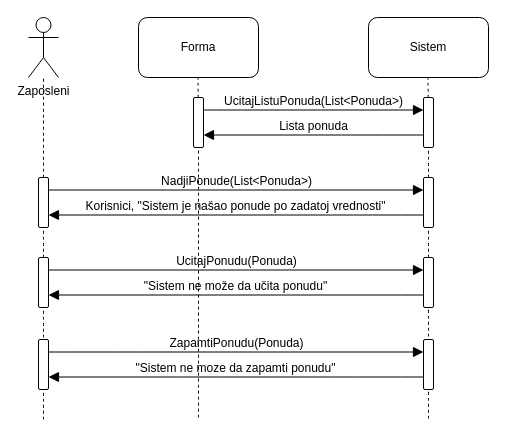
The draw.io diagram Dijagram sekvenci-izmena ponude-alt3.drawio in jancekk/agencija_turisticka, before the edit. Source tidied: cells renumbered, new cells numbered last; positions are measured from the earlier drawing's top-left corner, leaving out a move shared by most shapes. Both pictures are drawn from the tidied source at 100%, with x=0, y=0 at pixel (18, 17).
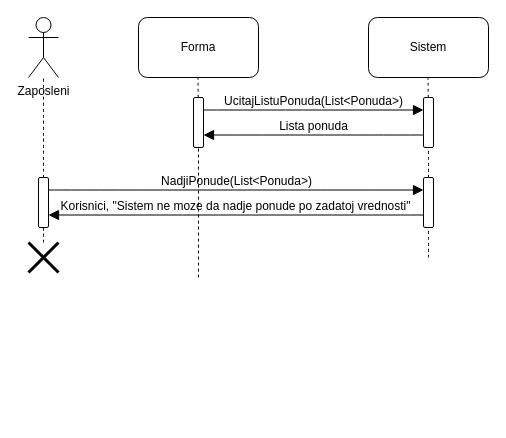
After the change.

Commit message:
Update Dijagram sekvenci-izmena ponude-alt2.drawio

The change refers to these unchanged cells:
```xml
<mxCell id="8" style="rounded=1;whiteSpace=wrap;html=1;rotation=-90;" parent="1" vertex="1">
  <mxGeometry x="155" y="100" width="50" height="10" as="geometry" />
</mxCell>
<mxCell id="12" style="rounded=1;whiteSpace=wrap;html=1;rotation=-90;" parent="1" vertex="1">
  <mxGeometry x="385" y="180" width="50" height="10" as="geometry" />
</mxCell>
<mxCell id="23" style="rounded=1;whiteSpace=wrap;html=1;rotation=-90;" parent="1" vertex="1">
  <mxGeometry y="180" width="50" height="10" as="geometry" />
</mxCell>
```

The edit, as a diff of the source:
```diff
@@
-    <mxCell id="11" style="endArrow=none;dashed=1;html=1;rounded=0;fontSize=12;startSize=8;endSize=8;curved=1;" parent="1" edge="1" source="15" target="12">
-      <mxGeometry relative="1" as="geometry" />
+    <mxCell id="11" style="endArrow=none;dashed=1;html=1;rounded=0;fontSize=12;startSize=8;endSize=8;curved=1;" parent="1" edge="1" target="12">
+      <mxGeometry relative="1" as="geometry">
+        <mxPoint x="410" y="240" as="sourcePoint" />
+      </mxGeometry>
     </mxCell>
@@
     <mxCell id="13" style="endArrow=none;dashed=1;html=1;rounded=0;fontSize=12;startSize=8;endSize=8;curved=1;entryX=0;entryY=0.5;entryDx=0;entryDy=0;" parent="1" edge="1" target="8">
       <mxGeometry relative="1" as="geometry">
-        <mxPoint x="180" y="400" as="sourcePoint" />
+        <mxPoint x="180" y="260" as="sourcePoint" />
       </mxGeometry>
     </mxCell>
-    <mxCell id="14" style="endArrow=none;dashed=1;html=1;rounded=0;fontSize=12;startSize=8;endSize=8;curved=1;exitX=1;exitY=0.5;exitDx=0;exitDy=0;" parent="1" edge="1" target="15">
-      <mxGeometry relative="1" as="geometry">
-        <mxPoint x="410" y="319" as="sourcePoint" />
-      </mxGeometry>
-    </mxCell>
-    <mxCell id="15" style="rounded=1;whiteSpace=wrap;html=1;rotation=-90;" parent="1" vertex="1">
-      <mxGeometry x="385" y="260" width="50" height="10" as="geometry" />
-    </mxCell>
@@
-    <mxCell id="19" value="Korisnici, &quot;Sistem je našao ponude po zadatoj vrednosti&quot;" style="html=1;verticalAlign=bottom;labelBackgroundColor=none;endArrow=block;endFill=1;rounded=0;fontSize=12;startSize=8;endSize=8;curved=1;entryX=0.25;entryY=1;entryDx=0;entryDy=0;exitX=0.25;exitY=0;exitDx=0;exitDy=0;" parent="1" edge="1" source="12" target="23">
+    <mxCell id="19" value="Korisnici, &quot;Sistem ne moze da nadje ponude po zadatoj vrednosti&quot;" style="html=1;verticalAlign=bottom;labelBackgroundColor=none;endArrow=block;endFill=1;rounded=0;fontSize=12;startSize=8;endSize=8;curved=1;entryX=0.25;entryY=1;entryDx=0;entryDy=0;exitX=0.25;exitY=0;exitDx=0;exitDy=0;" parent="1" edge="1" source="12" target="23">
       <mxGeometry relative="1" as="geometry" />
     </mxCell>
-    <mxCell id="20" value="UcitajPonudu(Ponuda)" style="html=1;verticalAlign=bottom;labelBackgroundColor=none;endArrow=block;endFill=1;rounded=0;fontSize=12;startSize=8;endSize=8;curved=1;entryX=0.75;entryY=0;entryDx=0;entryDy=0;exitX=0.75;exitY=1;exitDx=0;exitDy=0;" parent="1" edge="1" source="25" target="15">
-      <mxGeometry relative="1" as="geometry" />
-    </mxCell>
-    <mxCell id="21" value="&quot;Sistem ne može da učita ponudu&quot;" style="html=1;verticalAlign=bottom;labelBackgroundColor=none;endArrow=block;endFill=1;rounded=0;fontSize=12;startSize=8;endSize=8;curved=1;entryX=0.25;entryY=1;entryDx=0;entryDy=0;exitX=0.25;exitY=0;exitDx=0;exitDy=0;" parent="1" edge="1" source="15" target="25">
-      <mxGeometry relative="1" as="geometry" />
-    </mxCell>
-    <mxCell id="22" style="endArrow=none;dashed=1;html=1;rounded=0;fontSize=12;startSize=8;endSize=8;curved=1;" parent="1" edge="1" source="25" target="23">
+    <mxCell id="22" style="endArrow=none;dashed=1;html=1;rounded=0;fontSize=12;startSize=8;endSize=8;curved=1;" parent="1" edge="1" source="32" target="23">
       <mxGeometry relative="1" as="geometry" />
     </mxCell>
@@
-    <mxCell id="24" style="endArrow=none;dashed=1;html=1;rounded=0;fontSize=12;startSize=8;endSize=8;curved=1;" parent="1" edge="1" target="25">
-      <mxGeometry relative="1" as="geometry">
-        <mxPoint x="25" y="320" as="sourcePoint" />
-      </mxGeometry>
-    </mxCell>
-    <mxCell id="25" style="rounded=1;whiteSpace=wrap;html=1;rotation=-90;" parent="1" vertex="1">
-      <mxGeometry y="260" width="50" height="10" as="geometry" />
-    </mxCell>
-    <mxCell id="26" style="endArrow=none;dashed=1;html=1;rounded=0;fontSize=12;startSize=8;endSize=8;curved=1;exitX=1;exitY=0.5;exitDx=0;exitDy=0;" parent="1" edge="1" target="27">
-      <mxGeometry relative="1" as="geometry">
-        <mxPoint x="410" y="401" as="sourcePoint" />
-      </mxGeometry>
-    </mxCell>
-    <mxCell id="27" style="rounded=1;whiteSpace=wrap;html=1;rotation=-90;" parent="1" vertex="1">
-      <mxGeometry x="385" y="342" width="50" height="10" as="geometry" />
-    </mxCell>
-    <mxCell id="28" value="ZapamtiPonudu(Ponuda)" style="html=1;verticalAlign=bottom;labelBackgroundColor=none;endArrow=block;endFill=1;rounded=0;fontSize=12;startSize=8;endSize=8;curved=1;entryX=0.75;entryY=0;entryDx=0;entryDy=0;exitX=0.75;exitY=1;exitDx=0;exitDy=0;" parent="1" edge="1" source="31" target="27">
-      <mxGeometry relative="1" as="geometry" />
-    </mxCell>
-    <mxCell id="29" value="&quot;Sistem ne moze da zapamti ponudu&quot;" style="html=1;verticalAlign=bottom;labelBackgroundColor=none;endArrow=block;endFill=1;rounded=0;fontSize=12;startSize=8;endSize=8;curved=1;entryX=0.25;entryY=1;entryDx=0;entryDy=0;exitX=0.25;exitY=0;exitDx=0;exitDy=0;" parent="1" edge="1" source="27" target="31">
-      <mxGeometry relative="1" as="geometry" />
-    </mxCell>
-    <mxCell id="30" style="endArrow=none;dashed=1;html=1;rounded=0;fontSize=12;startSize=8;endSize=8;curved=1;" parent="1" edge="1" target="31">
-      <mxGeometry relative="1" as="geometry">
-        <mxPoint x="25" y="402" as="sourcePoint" />
-      </mxGeometry>
-    </mxCell>
-    <mxCell id="31" style="rounded=1;whiteSpace=wrap;html=1;rotation=-90;" parent="1" vertex="1">
-      <mxGeometry y="342" width="50" height="10" as="geometry" />
-    </mxCell>
+    <mxCell id="32" style="shape=umlDestroy;whiteSpace=wrap;html=1;strokeWidth=3;targetShapes=umlLifeline;" parent="1" vertex="1">
+      <mxGeometry x="10" y="225" width="30" height="30" as="geometry" />
+    </mxCell>
```
